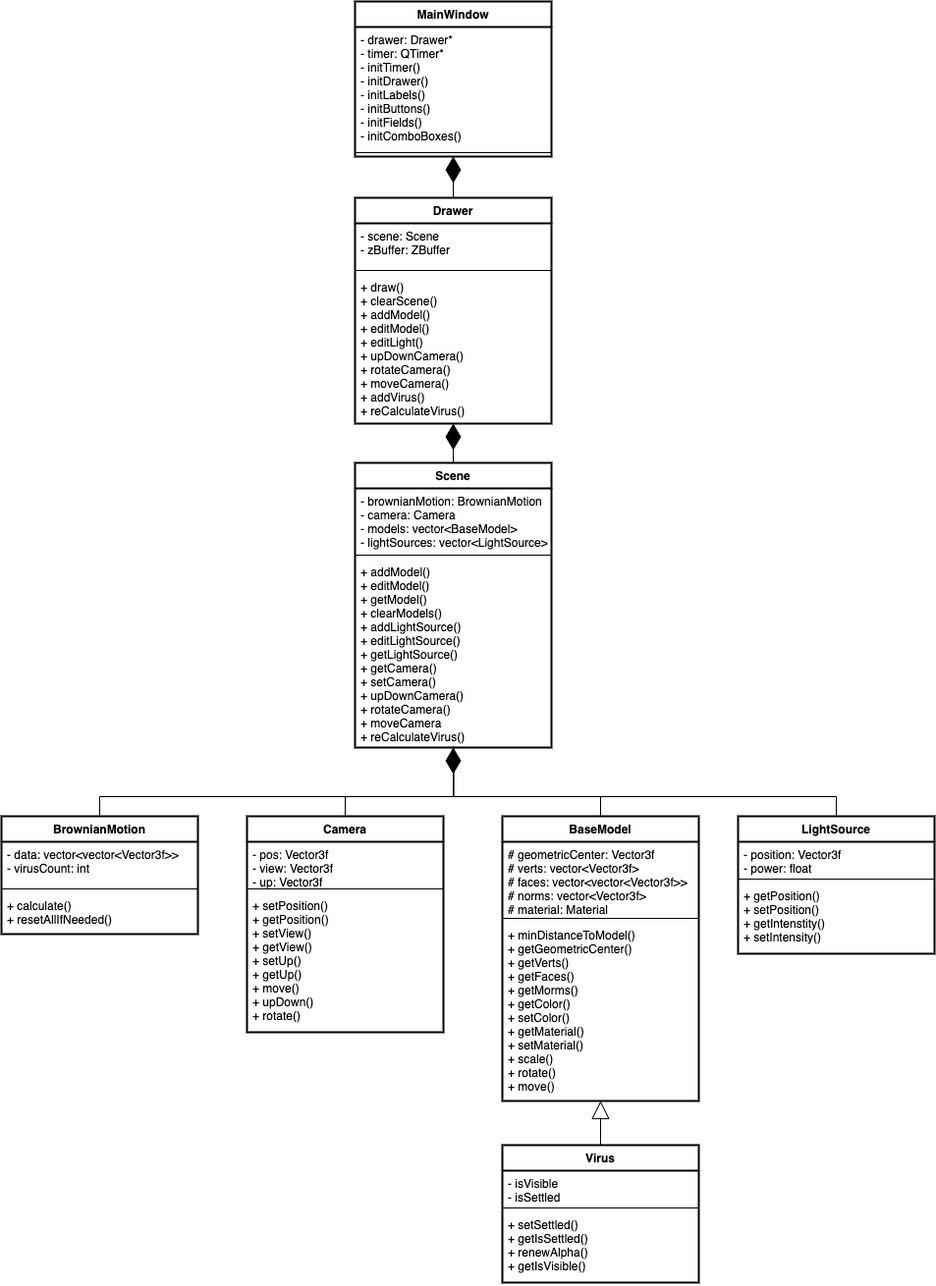
Above: Итог/report/img/classes.png in tatarinova0903/bmstu_cg_course (draw.io), before the change. Source tidied: cells renumbered, new cells last; positions are measured from the earlier drawing's top-left corner, leaving out a move shared by most shapes.
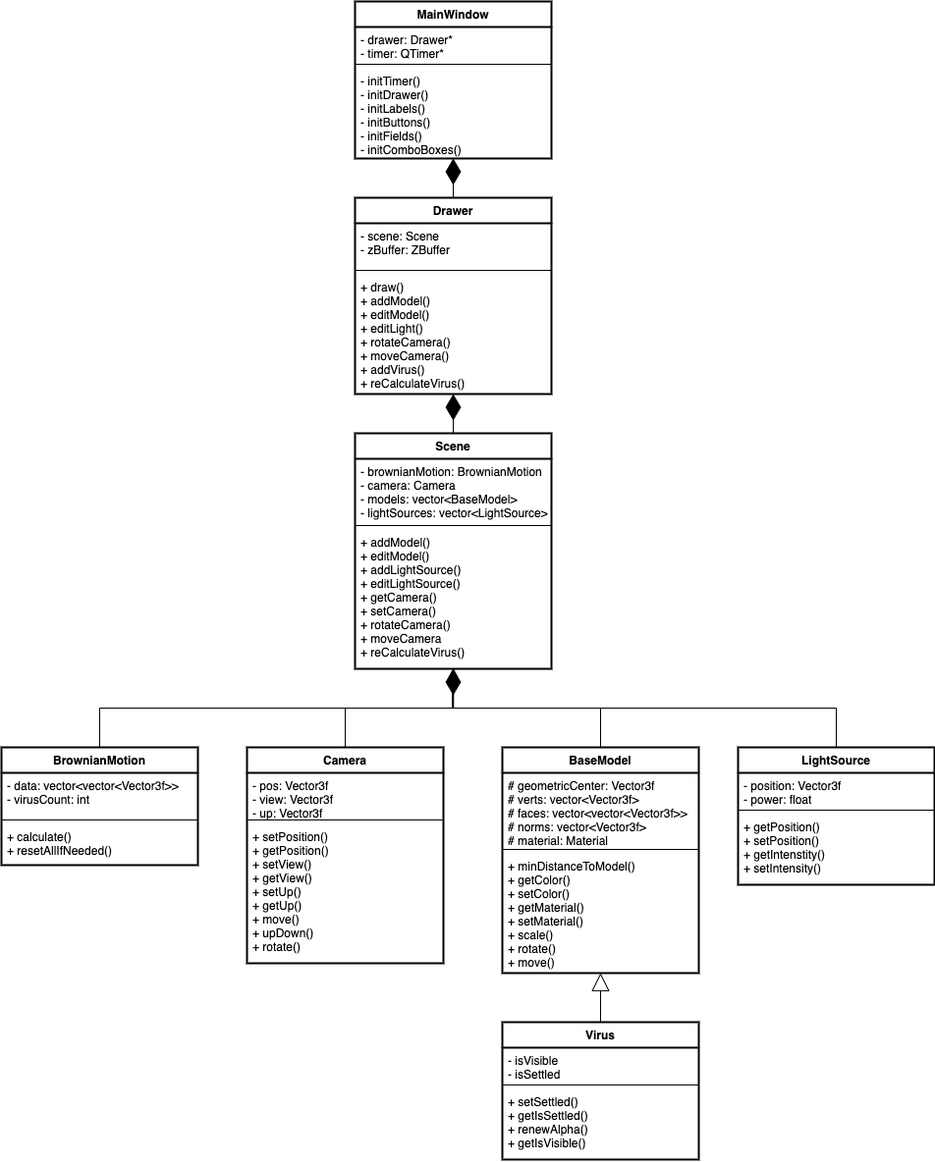
Later version of the same file.

Commit message:
диаграмма классов

Change to the diagram source:
```diff
@@ -2,15 +2,6 @@
   <root>
     <mxCell id="0" />
     <mxCell id="1" parent="0" />
-    <mxCell id="2" value="MainWindow" style="swimlane;fontStyle=1;align=center;verticalAlign=top;horizontal=1;startSize=26;strokeWidth=2;" parent="1" vertex="1">
-      <mxGeometry x="360" width="200" height="158" as="geometry" />
-    </mxCell>
-    <mxCell id="3" value="- drawer: Drawer*&#10;- timer: QTimer*&#10;- initTimer()&#10;- initDrawer()&#10;- initLabels()&#10;- initButtons()&#10;- initFields()&#10;- initComboBoxes()" style="text;strokeColor=none;fillColor=none;align=left;verticalAlign=top;spacingLeft=4;spacingRight=4;overflow=hidden;strokeWidth=2;" parent="2" vertex="1">
-      <mxGeometry y="26" width="200" height="124" as="geometry" />
-    </mxCell>
-    <mxCell id="4" style="line;strokeWidth=1;fillColor=none;align=left;verticalAlign=middle;spacingTop=-1;spacingLeft=3;spacingRight=3;labelPosition=right;strokeColor=inherit;" parent="2" vertex="1">
-      <mxGeometry y="150" width="200" height="8" as="geometry" />
-    </mxCell>
     <mxCell id="5" value="Drawer" style="swimlane;fontStyle=1;align=center;verticalAlign=top;horizontal=1;startSize=26;strokeWidth=2;" parent="1" vertex="1">
       <mxGeometry x="360" y="200" width="200" height="230" as="geometry" />
     </mxCell>
@@ -23,8 +14,10 @@
     <mxCell id="8" value="+ draw()&#10;+ clearScene()&#10;+ addModel()&#10;+ editModel()&#10;+ editLight()&#10;+ upDownCamera()&#10;+ rotateCamera()&#10;+ moveCamera()&#10;+ addVirus()&#10;+ reCalculateVirus()" style="text;strokeColor=none;fillColor=none;align=left;verticalAlign=top;spacingLeft=4;spacingRight=4;overflow=hidden;strokeWidth=2;" parent="5" vertex="1">
       <mxGeometry y="78" width="200" height="152" as="geometry" />
     </mxCell>
-    <mxCell id="9" style="endArrow=diamondThin;endFill=1;endSize=24;html=1;rounded=0;entryX=0.5;entryY=1;entryDx=0;entryDy=0;exitX=0.5;exitY=0;exitDx=0;exitDy=0;" parent="1" edge="1" source="5" target="2">
-      <mxGeometry relative="1" as="geometry" />
+    <mxCell id="9" style="endArrow=diamondThin;endFill=1;endSize=24;html=1;rounded=0;entryX=0.5;entryY=1;entryDx=0;entryDy=0;exitX=0.5;exitY=0;exitDx=0;exitDy=0;" parent="1" edge="1" source="5">
+      <mxGeometry relative="1" as="geometry">
+        <mxPoint x="460" y="158" as="targetPoint" />
+      </mxGeometry>
     </mxCell>
     <mxCell id="10" value="Scene" style="swimlane;fontStyle=1;align=center;verticalAlign=top;horizontal=1;startSize=26;strokeWidth=2;" parent="1" vertex="1">
       <mxGeometry x="360" y="470" width="200" height="290" as="geometry" />
@@ -138,5 +131,17 @@
     <mxCell id="39" style="endArrow=block;endSize=16;endFill=0;html=1;rounded=0;exitX=0.5;exitY=0;exitDx=0;exitDy=0;" parent="1" edge="1" source="34" target="28">
       <mxGeometry relative="1" as="geometry" />
     </mxCell>
+    <mxCell id="2" value="MainWindow" style="swimlane;fontStyle=1;align=center;verticalAlign=top;horizontal=1;startSize=26;strokeWidth=2;" parent="1" vertex="1">
+      <mxGeometry x="360" y="-2" width="200" height="160" as="geometry" />
+    </mxCell>
+    <mxCell id="40" value="- drawer: Drawer*&#10;- timer: QTimer*" style="text;strokeColor=none;fillColor=none;align=left;verticalAlign=top;spacingLeft=4;spacingRight=4;overflow=hidden;" parent="2" vertex="1">
+      <mxGeometry y="26" width="200" height="34" as="geometry" />
+    </mxCell>
+    <mxCell id="41" style="line;strokeWidth=1;fillColor=none;align=left;verticalAlign=middle;spacingTop=-1;spacingLeft=3;spacingRight=3;labelPosition=right;strokeColor=inherit;" parent="2" vertex="1">
+      <mxGeometry y="60" width="200" height="8" as="geometry" />
+    </mxCell>
+    <mxCell id="42" value="- initTimer()&#10;- initDrawer()&#10;- initLabels()&#10;- initButtons()&#10;- initFields()&#10;- initComboBoxes()" style="text;strokeColor=none;fillColor=none;align=left;verticalAlign=top;spacingLeft=4;spacingRight=4;overflow=hidden;" parent="2" vertex="1">
+      <mxGeometry y="68" width="200" height="92" as="geometry" />
+    </mxCell>
   </root>
 </mxGraphModel>
```
